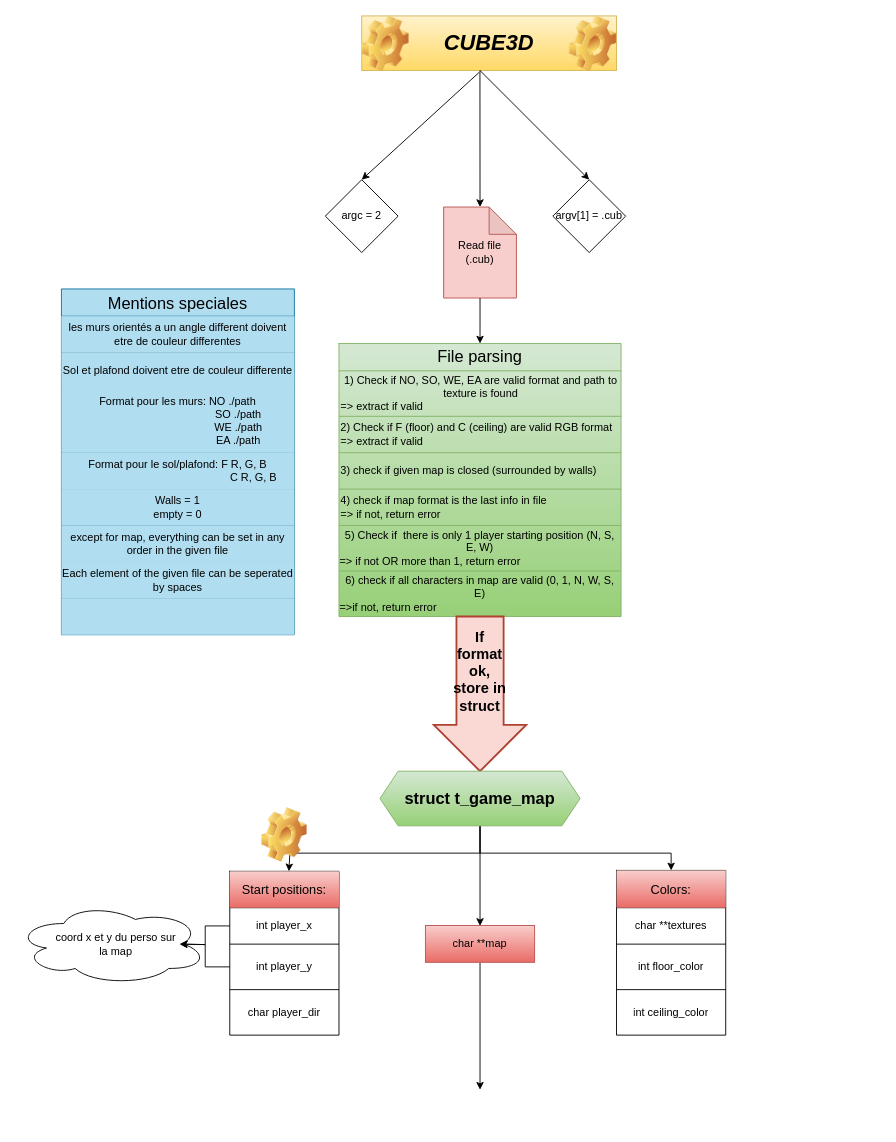
This is Cube3D.drawio from Guilhemdk/Cube3D, a draw.io file, before an edit. Source tidied: cells renumbered, new cells numbered last; positions are measured from the earlier drawing's top-left corner, leaving out a move shared by most shapes. Both pictures are drawn from the tidied source at 91%, with x=0, y=0 at pixel (15, 15).
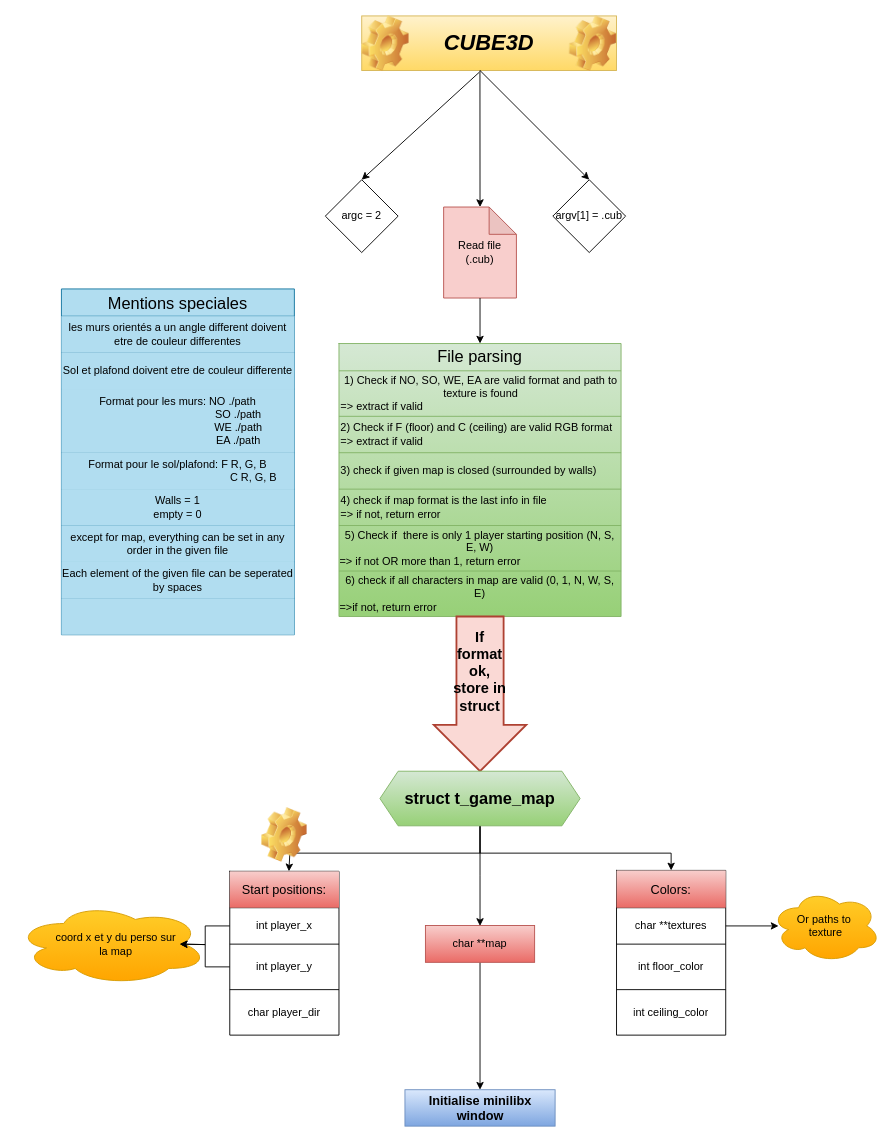
The same page after the edit.

Commit message:
Mettre à jour Cube3D.drawio

Unchanged cells that the change refers to:
```xml
<mxCell id="63" style="shape=tableRow;horizontal=0;startSize=0;swimlaneHead=0;swimlaneBody=0;strokeColor=inherit;top=0;left=0;bottom=0;right=0;fillColor=none;points=[[0,0.5],[1,0.5]];portConstraint=eastwest;" parent="60" vertex="1">
  <mxGeometry y="41" width="120" height="40" as="geometry" />
</mxCell>
```

The edit, as a diff of the source:
```diff
@@
-    <mxCell id="2" style="ellipse;shape=cloud;whiteSpace=wrap;html=1;" parent="1" vertex="1">
+    <mxCell id="2" style="ellipse;shape=cloud;whiteSpace=wrap;html=1;fillColor=#ffcd28;gradientColor=#ffa500;strokeColor=#d79b00;" parent="1" vertex="1">
       <mxGeometry y="974.9" width="210" height="89.8" as="geometry" />
     </mxCell>
@@
+    <mxCell id="75" style="edgeStyle=orthogonalEdgeStyle;rounded=0;jettySize=auto;html=1;exitX=1;exitY=0.5;exitDx=0;exitDy=0;entryX=0.067;entryY=0.5;entryDx=0;entryDy=0;entryPerimeter=0;" parent="1" edge="1" source="63" target="76">
+      <mxGeometry relative="1" as="geometry" />
+    </mxCell>
+    <mxCell id="76" value="&lt;div&gt;Or paths to&amp;nbsp;&lt;/div&gt;&lt;div&gt;texture&lt;/div&gt;" style="ellipse;shape=cloud;whiteSpace=wrap;html=1;fillColor=#ffcd28;gradientColor=#ffa500;strokeColor=#d79b00;" parent="1" vertex="1">
+      <mxGeometry x="830" y="960" width="120" height="80" as="geometry" />
+    </mxCell>
+    <mxCell id="77" value="&lt;font style=&quot;font-size: 14px;&quot;&gt;&lt;b&gt;Initialise minilibx window&lt;br&gt;&lt;/b&gt;&lt;/font&gt;" style="rounded=0;whiteSpace=wrap;html=1;fillColor=#dae8fc;gradientColor=#7ea6e0;strokeColor=#6c8ebf;" parent="1" vertex="1">
+      <mxGeometry x="427.5" y="1180" width="165" height="40" as="geometry" />
+    </mxCell>
```
